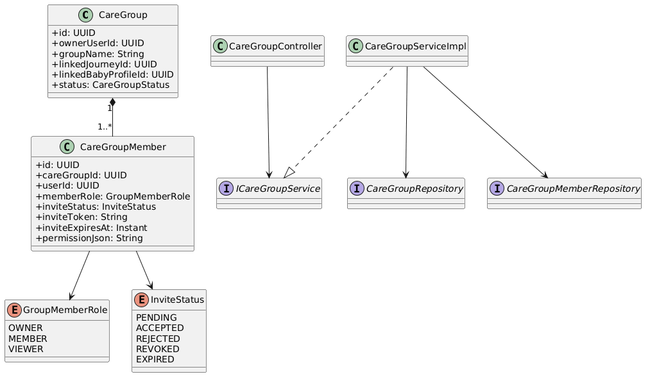
The PlantUML diagram docs/Detailed_Design/MF08_Family_Sync_Cooperative_Care/images/01_Care_Group_Invitation_Lifecycle_ClassDiagram.png in ChuongBDHE172784/CareBridge_SEP490_G79, before a commit. Its diagram source:
```plantuml
@startuml
skinparam classAttributeIconSize 0
class CareGroup {
  +id: UUID
  +ownerUserId: UUID
  +groupName: String
  +linkedJourneyId: UUID
  +linkedBabyProfileId: UUID
  +status: CareGroupStatus
}
class CareGroupMember {
  +id: UUID
  +careGroupId: UUID
  +userId: UUID
  +memberRole: GroupMemberRole
  +inviteStatus: InviteStatus
  +inviteToken: String
  +inviteExpiresAt: Instant
  +permissionJson: String
}
enum GroupMemberRole {
  OWNER
  MEMBER
  VIEWER
}
enum InviteStatus {
  PENDING
  ACCEPTED
  REJECTED
  REVOKED
  EXPIRED
}
class CareGroupController
interface ICareGroupService
class CareGroupServiceImpl
interface CareGroupRepository
interface CareGroupMemberRepository
CareGroup "1" *-- "1..*" CareGroupMember
CareGroupMember --> GroupMemberRole
CareGroupMember --> InviteStatus
CareGroupController --> ICareGroupService
CareGroupServiceImpl ..|> ICareGroupService
CareGroupServiceImpl --> CareGroupRepository
CareGroupServiceImpl --> CareGroupMemberRepository
@enduml
```
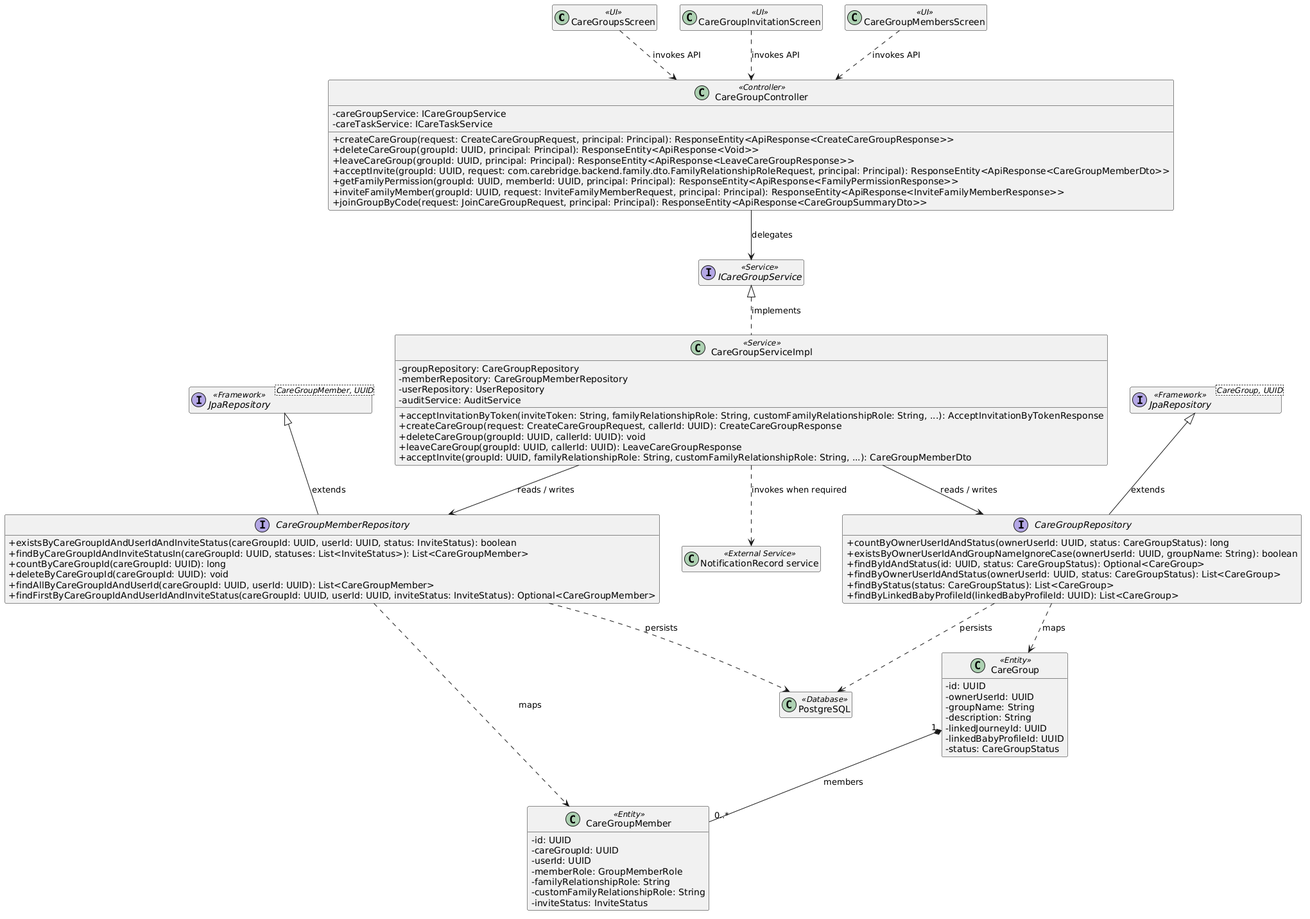
The same diagram one commit later.

The edit, as a diff of the source:
```diff
@@ -1,45 +1,85 @@
 @startuml
 skinparam classAttributeIconSize 0
-class CareGroup {
-  +id: UUID
-  +ownerUserId: UUID
-  +groupName: String
-  +linkedJourneyId: UUID
-  +linkedBabyProfileId: UUID
-  +status: CareGroupStatus
+hide empty members
+
+class "CareGroupsScreen" as UI1 <<UI>>
+class "CareGroupInvitationScreen" as UI2 <<UI>>
+class "CareGroupMembersScreen" as UI3 <<UI>>
+class "CareGroupController" as Controller1 <<Controller>> {
+  - careGroupService: ICareGroupService
+  - careTaskService: ICareTaskService
+  + createCareGroup(request: CreateCareGroupRequest, principal: Principal): ResponseEntity<ApiResponse<CreateCareGroupResponse>>
+  + deleteCareGroup(groupId: UUID, principal: Principal): ResponseEntity<ApiResponse<Void>>
+  + leaveCareGroup(groupId: UUID, principal: Principal): ResponseEntity<ApiResponse<LeaveCareGroupResponse>>
+  + acceptInvite(groupId: UUID, request: com.carebridge.backend.family.dto.FamilyRelationshipRoleRequest, principal: Principal): ResponseEntity<ApiResponse<CareGroupMemberDto>>
+  + getFamilyPermission(groupId: UUID, memberId: UUID, principal: Principal): ResponseEntity<ApiResponse<FamilyPermissionResponse>>
+  + inviteFamilyMember(groupId: UUID, request: InviteFamilyMemberRequest, principal: Principal): ResponseEntity<ApiResponse<InviteFamilyMemberResponse>>
+  + joinGroupByCode(request: JoinCareGroupRequest, principal: Principal): ResponseEntity<ApiResponse<CareGroupSummaryDto>>
 }
-class CareGroupMember {
-  +id: UUID
-  +careGroupId: UUID
-  +userId: UUID
-  +memberRole: GroupMemberRole
-  +inviteStatus: InviteStatus
-  +inviteToken: String
-  +inviteExpiresAt: Instant
-  +permissionJson: String
+class "CareGroupServiceImpl" as Service1 <<Service>> {
+  - groupRepository: CareGroupRepository
+  - memberRepository: CareGroupMemberRepository
+  - userRepository: UserRepository
+  - auditService: AuditService
+  + acceptInvitationByToken(inviteToken: String, familyRelationshipRole: String, customFamilyRelationshipRole: String, ...): AcceptInvitationByTokenResponse
+  + createCareGroup(request: CreateCareGroupRequest, callerId: UUID): CreateCareGroupResponse
+  + deleteCareGroup(groupId: UUID, callerId: UUID): void
+  + leaveCareGroup(groupId: UUID, callerId: UUID): LeaveCareGroupResponse
+  + acceptInvite(groupId: UUID, familyRelationshipRole: String, customFamilyRelationshipRole: String, ...): CareGroupMemberDto
 }
-enum GroupMemberRole {
-  OWNER
-  MEMBER
-  VIEWER
+interface "ICareGroupService" as Service1Contract <<Service>>
+interface "CareGroupRepository" as Repository1 {
+  + countByOwnerUserIdAndStatus(ownerUserId: UUID, status: CareGroupStatus): long
+  + existsByOwnerUserIdAndGroupNameIgnoreCase(ownerUserId: UUID, groupName: String): boolean
+  + findByIdAndStatus(id: UUID, status: CareGroupStatus): Optional<CareGroup>
+  + findByOwnerUserIdAndStatus(ownerUserId: UUID, status: CareGroupStatus): List<CareGroup>
+  + findByStatus(status: CareGroupStatus): List<CareGroup>
+  + findByLinkedBabyProfileId(linkedBabyProfileId: UUID): List<CareGroup>
 }
-enum InviteStatus {
-  PENDING
-  ACCEPTED
-  REJECTED
-  REVOKED
-  EXPIRED
+interface "CareGroupMemberRepository" as Repository2 {
+  + existsByCareGroupIdAndUserIdAndInviteStatus(careGroupId: UUID, userId: UUID, status: InviteStatus): boolean
+  + findByCareGroupIdAndInviteStatusIn(careGroupId: UUID, statuses: List<InviteStatus>): List<CareGroupMember>
+  + countByCareGroupId(careGroupId: UUID): long
+  + deleteByCareGroupId(careGroupId: UUID): void
+  + findAllByCareGroupIdAndUserId(careGroupId: UUID, userId: UUID): List<CareGroupMember>
+  + findFirstByCareGroupIdAndUserIdAndInviteStatus(careGroupId: UUID, userId: UUID, inviteStatus: InviteStatus): Optional<CareGroupMember>
 }
-class CareGroupController
-interface ICareGroupService
-class CareGroupServiceImpl
-interface CareGroupRepository
-interface CareGroupMemberRepository
-CareGroup "1" *-- "1..*" CareGroupMember
-CareGroupMember --> GroupMemberRole
-CareGroupMember --> InviteStatus
-CareGroupController --> ICareGroupService
-CareGroupServiceImpl ..|> ICareGroupService
-CareGroupServiceImpl --> CareGroupRepository
-CareGroupServiceImpl --> CareGroupMemberRepository
+class "CareGroup" as Entity1 <<Entity>> {
+  - id: UUID
+  - ownerUserId: UUID
+  - groupName: String
+  - description: String
+  - linkedJourneyId: UUID
+  - linkedBabyProfileId: UUID
+  - status: CareGroupStatus
+}
+class "CareGroupMember" as Entity2 <<Entity>> {
+  - id: UUID
+  - careGroupId: UUID
+  - userId: UUID
+  - memberRole: GroupMemberRole
+  - familyRelationshipRole: String
+  - customFamilyRelationshipRole: String
+  - inviteStatus: InviteStatus
+}
+interface "JpaRepository<CareGroup, UUID>" as Repository1Base <<Framework>>
+interface "JpaRepository<CareGroupMember, UUID>" as Repository2Base <<Framework>>
+class "PostgreSQL" as DB <<Database>>
+class "NotificationRecord service" as External <<External Service>>
+
+Service1Contract <|.. Service1 : implements
+Repository1Base <|-- Repository1 : extends
+Repository2Base <|-- Repository2 : extends
+UI1 ..> Controller1 : invokes API
+UI2 ..> Controller1 : invokes API
+UI3 ..> Controller1 : invokes API
+Controller1 --> Service1Contract : delegates
+Service1 --> Repository1 : reads / writes
+Service1 --> Repository2 : reads / writes
+Repository1 ..> Entity1 : maps
+Repository1 ..> DB : persists
+Repository2 ..> Entity2 : maps
+Repository2 ..> DB : persists
+Service1 ..> External : invokes when required
+Entity1 "1" *-- "0..*" Entity2 : members
 @enduml
```
